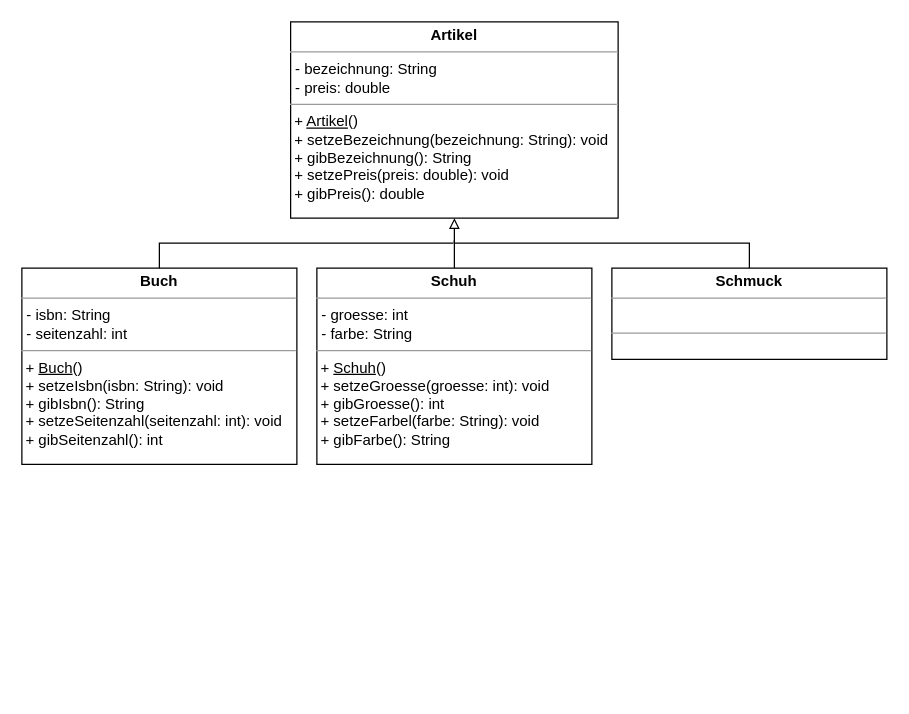
JoernWVSG/diagram keeps this draw.io diagram as page "Seite-5" (5 of 6) of Softwareentwicklung.drawio. Above is the earlier version. Source tidied: cells renumbered, new cells numbered last; positions are measured from the earlier drawing's top-left corner, leaving out a move shared by most shapes. Both pictures are drawn from the tidied source at 125%, with x=0, y=0 at pixel (21, 21).
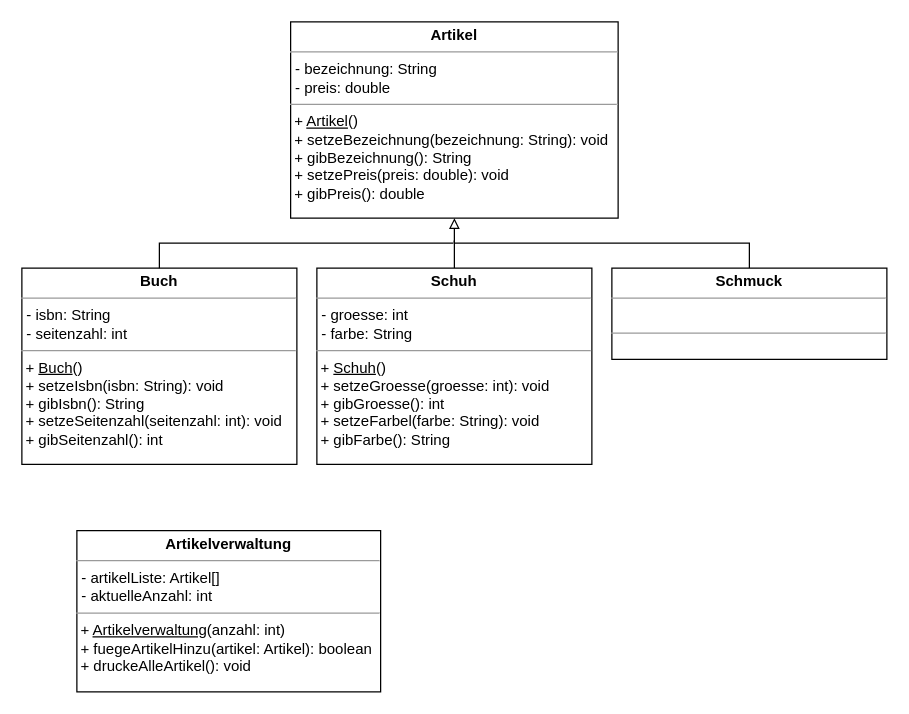
The same page after the edit.

Change to the diagram source:
```diff
@@
 <mxGraphModel>
   <root>
     <mxCell id="0" />
     <mxCell id="1" parent="0" />
     <mxCell id="2" value="&lt;p style=&quot;margin: 0px ; margin-top: 4px ; text-align: center&quot;&gt;&lt;b&gt;Artikel&lt;/b&gt;&lt;br&gt;&lt;/p&gt;&lt;hr size=&quot;1&quot;&gt;&lt;p style=&quot;margin: 0px ; margin-left: 4px&quot;&gt;- bezeichnung: String&lt;/p&gt;&lt;p style=&quot;margin: 0px ; margin-left: 4px&quot;&gt;- preis: double&lt;br&gt;&lt;/p&gt;&lt;hr size=&quot;1&quot;&gt;&lt;div&gt;&amp;nbsp;+ &lt;u&gt;Artikel&lt;/u&gt;()&lt;br&gt;&lt;/div&gt;&lt;div&gt;&amp;nbsp;+ setzeBezeichnung(bezeichnung: String): void&lt;br&gt;&lt;/div&gt;&lt;div&gt;&amp;nbsp;+ gibBezeichnung(): String&lt;/div&gt;&lt;div&gt;&amp;nbsp;+ setzePreis(preis: double): void&lt;br&gt;&lt;/div&gt;&lt;div&gt;&amp;nbsp;+ gibPreis(): double&lt;/div&gt;" style="verticalAlign=top;align=left;overflow=fill;fontSize=12;fontFamily=Helvetica;html=1;" parent="1" vertex="1">
       <mxGeometry x="215" width="262" height="157" as="geometry" />
     </mxCell>
     <mxCell id="3" value="&lt;p style=&quot;margin: 0px ; margin-top: 4px ; text-align: center&quot;&gt;&lt;b&gt;Buch&lt;/b&gt;&lt;br&gt;&lt;/p&gt;&lt;hr size=&quot;1&quot;&gt;&lt;p style=&quot;margin: 0px ; margin-left: 4px&quot;&gt;- isbn: String&lt;/p&gt;&lt;p style=&quot;margin: 0px ; margin-left: 4px&quot;&gt;- seitenzahl: int&lt;br&gt;&lt;/p&gt;&lt;hr size=&quot;1&quot;&gt;&lt;div&gt;&amp;nbsp;+ &lt;u&gt;Buch&lt;/u&gt;()&lt;br&gt;&lt;/div&gt;&lt;div&gt;&amp;nbsp;+ setzeIsbn(isbn: String): void&lt;br&gt;&lt;/div&gt;&lt;div&gt;&amp;nbsp;+ gibIsbn(): String&lt;/div&gt;&lt;div&gt;&amp;nbsp;+ setzeSeitenzahl(seitenzahl: int): void&lt;br&gt;&lt;/div&gt;&lt;div&gt;&amp;nbsp;+ gibSeitenzahl(): int&lt;/div&gt;" style="verticalAlign=top;align=left;overflow=fill;fontSize=12;fontFamily=Helvetica;html=1;" parent="1" vertex="1">
       <mxGeometry y="197" width="220" height="157" as="geometry" />
     </mxCell>
     <mxCell id="4" style="edgeStyle=orthogonalEdgeStyle;rounded=0;jettySize=auto;html=1;exitX=0.5;exitY=0;exitDx=0;exitDy=0;entryX=0.5;entryY=1;entryDx=0;entryDy=0;endArrow=block;endFill=0;" parent="1" edge="1" source="5" target="2">
       <mxGeometry relative="1" as="geometry" />
     </mxCell>
     <mxCell id="5" value="&lt;p style=&quot;margin: 0px ; margin-top: 4px ; text-align: center&quot;&gt;&lt;b&gt;Schuh&lt;/b&gt;&lt;br&gt;&lt;/p&gt;&lt;hr size=&quot;1&quot;&gt;&lt;p style=&quot;margin: 0px ; margin-left: 4px&quot;&gt;- groesse: int&lt;/p&gt;&lt;p style=&quot;margin: 0px ; margin-left: 4px&quot;&gt;- farbe: String&lt;br&gt;&lt;/p&gt;&lt;hr size=&quot;1&quot;&gt;&lt;div&gt;&amp;nbsp;+ &lt;u&gt;Schuh&lt;/u&gt;()&lt;br&gt;&lt;/div&gt;&lt;div&gt;&amp;nbsp;+ setzeGroesse(groesse: int): void&lt;br&gt;&lt;/div&gt;&lt;div&gt;&amp;nbsp;+ gibGroesse(): int&lt;/div&gt;&lt;div&gt;&amp;nbsp;+ setzeFarbel(farbe: String): void&lt;br&gt;&lt;/div&gt;&lt;div&gt;&amp;nbsp;+ gibFarbe(): String&lt;/div&gt;" style="verticalAlign=top;align=left;overflow=fill;fontSize=12;fontFamily=Helvetica;html=1;" parent="1" vertex="1">
       <mxGeometry x="236" y="197" width="220" height="157" as="geometry" />
     </mxCell>
     <mxCell id="6" style="edgeStyle=orthogonalEdgeStyle;rounded=0;jettySize=auto;html=1;exitX=0.5;exitY=0;exitDx=0;exitDy=0;endArrow=none;endFill=0;" parent="1" edge="1" source="7">
       <mxGeometry relative="1" as="geometry">
         <mxPoint x="345.9" y="174.9" as="targetPoint" />
         <Array as="points">
           <mxPoint x="582" y="177" />
           <mxPoint x="346" y="177" />
         </Array>
       </mxGeometry>
     </mxCell>
     <mxCell id="7" value="&lt;p style=&quot;margin: 0px ; margin-top: 4px ; text-align: center&quot;&gt;&lt;b&gt;Schmuck&lt;/b&gt;&lt;br&gt;&lt;/p&gt;&lt;hr size=&quot;1&quot;&gt;&lt;br&gt;&lt;hr size=&quot;1&quot;&gt;" style="verticalAlign=top;align=left;overflow=fill;fontSize=12;fontFamily=Helvetica;html=1;" parent="1" vertex="1">
       <mxGeometry x="472" y="197" width="220" height="73" as="geometry" />
     </mxCell>
     <mxCell id="8" style="edgeStyle=orthogonalEdgeStyle;rounded=0;jettySize=auto;html=1;exitX=0.5;exitY=0;exitDx=0;exitDy=0;endArrow=none;endFill=0;" parent="1" edge="1" source="3">
       <mxGeometry relative="1" as="geometry">
         <mxPoint x="345" y="177" as="targetPoint" />
         <Array as="points">
           <mxPoint x="110" y="177" />
         </Array>
       </mxGeometry>
     </mxCell>
+    <mxCell id="9" value="&lt;p style=&quot;margin: 0px ; margin-top: 4px ; text-align: center&quot;&gt;&lt;b&gt;Artikelverwaltung&lt;/b&gt;&lt;br&gt;&lt;/p&gt;&lt;hr size=&quot;1&quot;&gt;&lt;p style=&quot;margin: 0px ; margin-left: 4px&quot;&gt;- artikelListe: Artikel[]&lt;/p&gt;&lt;p style=&quot;margin: 0px ; margin-left: 4px&quot;&gt;- aktuelleAnzahl: int&lt;br&gt;&lt;/p&gt;&lt;hr size=&quot;1&quot;&gt;&lt;div&gt;&amp;nbsp;+ &lt;u&gt;Artikelverwaltung&lt;/u&gt;(anzahl: int)&lt;br&gt;&lt;/div&gt;&lt;div&gt;&amp;nbsp;+ fuegeArtikelHinzu(artikel: Artikel): boolean&lt;br&gt;&lt;/div&gt;&lt;div&gt;&amp;nbsp;+ druckeAlleArtikel(): void&lt;/div&gt;" style="verticalAlign=top;align=left;overflow=fill;fontSize=12;fontFamily=Helvetica;html=1;" parent="1" vertex="1">
+      <mxGeometry x="44" y="407" width="243" height="129" as="geometry" />
+    </mxCell>
   </root>
 </mxGraphModel>
```
